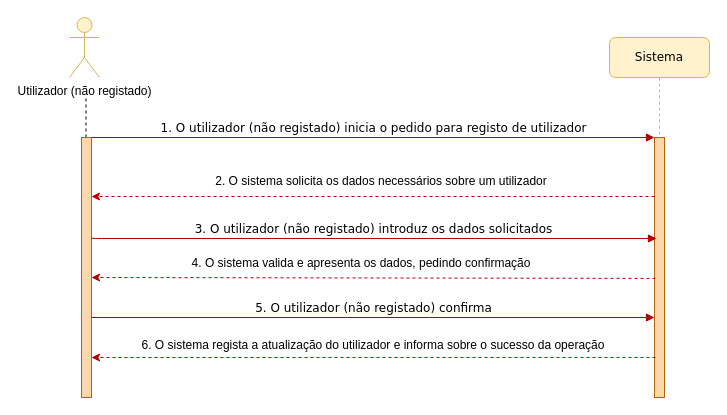
The draw.io diagram User Stories/UC13/UC13.drawio in PauloTor/UPskillDOTNET, before the edit. Source tidied: cells renumbered, new cells numbered last; positions are measured from the earlier drawing's top-left corner, leaving out a move shared by most shapes. Both pictures are drawn from the tidied source at 100%, with x=0, y=0 at pixel (69, 17).
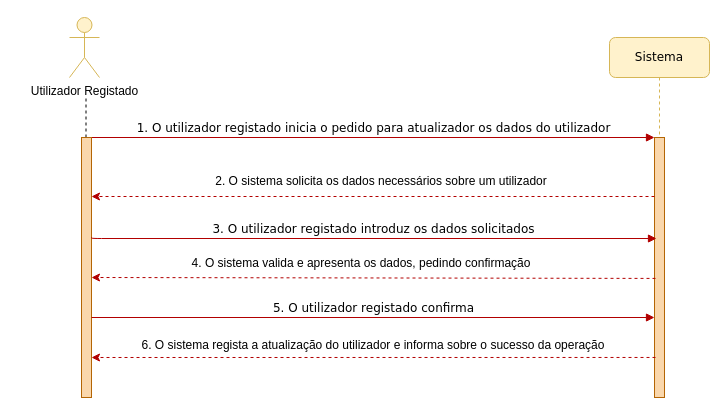
Above is the later version.

Commit message (it also covers changes not shown here):
"Classe Cliente V1"

The change refers to these unchanged cells:
```xml
<mxCell id="3" style="html=1;points=[];perimeter=orthogonalPerimeter;rounded=0;shadow=0;comic=0;labelBackgroundColor=none;strokeWidth=1;fontFamily=Verdana;fontSize=12;align=center;fillColor=#fad7ac;strokeColor=#b46504;" parent="2" vertex="1">
  <mxGeometry x="45" y="100" width="10" height="260" as="geometry" />
</mxCell>
<mxCell id="7" style="html=1;points=[];perimeter=orthogonalPerimeter;rounded=0;shadow=0;comic=0;labelBackgroundColor=none;strokeWidth=1;fontFamily=Verdana;fontSize=12;align=center;fillColor=#fad7ac;strokeColor=#b46504;" parent="1" vertex="1">
  <mxGeometry x="12" y="120" width="10" height="260" as="geometry" />
</mxCell>
```

Diff of the diagram source:
```diff
@@
-    <mxCell id="4" value="1. O utilizador (não registado) inicia o pedido para registo de utilizador" style="html=1;verticalAlign=bottom;endArrow=block;entryX=0;entryY=0;labelBackgroundColor=none;fontFamily=Verdana;fontSize=12;edgeStyle=elbowEdgeStyle;elbow=vertical;exitX=1;exitY=0;exitDx=0;exitDy=0;exitPerimeter=0;fillColor=#e51400;strokeColor=#B20000;" parent="1" edge="1" source="7" target="3">
+    <mxCell id="4" value="1. O utilizador registado inicia o pedido para atualizador os dados do utilizador" style="html=1;verticalAlign=bottom;endArrow=block;entryX=0;entryY=0;labelBackgroundColor=none;fontFamily=Verdana;fontSize=12;edgeStyle=elbowEdgeStyle;elbow=vertical;exitX=1;exitY=0;exitDx=0;exitDy=0;exitPerimeter=0;fillColor=#e51400;strokeColor=#B20000;" parent="1" edge="1" source="7" target="3">
       <mxGeometry relative="1" as="geometry" />
     </mxCell>
-    <mxCell id="5" value="Utilizador (não registado)" style="shape=umlActor;verticalLabelPosition=bottom;verticalAlign=top;html=1;fillColor=#fff2cc;strokeColor=#d6b656;" parent="1" vertex="1">
+    <mxCell id="5" value="Utilizador Registado" style="shape=umlActor;verticalLabelPosition=bottom;verticalAlign=top;html=1;fillColor=#fff2cc;strokeColor=#d6b656;" parent="1" vertex="1">
       <mxGeometry width="30" height="60" as="geometry" />
     </mxCell>
@@
-    <mxCell id="10" value="3. O utilizador (não registado) introduz os dados solicitados" style="html=1;verticalAlign=bottom;endArrow=block;entryX=0.2;entryY=0.392;labelBackgroundColor=none;fontFamily=Verdana;fontSize=12;edgeStyle=elbowEdgeStyle;elbow=vertical;exitX=1;exitY=0;exitDx=0;exitDy=0;exitPerimeter=0;fillColor=#e51400;strokeColor=#B20000;entryDx=0;entryDy=0;entryPerimeter=0;" parent="1" edge="1" target="3">
+    <mxCell id="10" value="3. O utilizador registado introduz os dados solicitados" style="html=1;verticalAlign=bottom;endArrow=block;entryX=0.2;entryY=0.392;labelBackgroundColor=none;fontFamily=Verdana;fontSize=12;edgeStyle=elbowEdgeStyle;elbow=vertical;exitX=1;exitY=0;exitDx=0;exitDy=0;exitPerimeter=0;fillColor=#e51400;strokeColor=#B20000;entryDx=0;entryDy=0;entryPerimeter=0;" parent="1" edge="1" target="3">
       <mxGeometry relative="1" as="geometry">
         <mxPoint x="22" y="220" as="sourcePoint" />
       </mxGeometry>
     </mxCell>
@@
-    <mxCell id="13" value="5. O utilizador (não registado) confirma" style="html=1;verticalAlign=bottom;endArrow=block;labelBackgroundColor=none;fontFamily=Verdana;fontSize=12;edgeStyle=elbowEdgeStyle;elbow=vertical;exitX=1;exitY=0;exitDx=0;exitDy=0;exitPerimeter=0;fillColor=#e51400;strokeColor=#B20000;entryX=0;entryY=0.696;entryDx=0;entryDy=0;entryPerimeter=0;" parent="1" edge="1" target="3">
+    <mxCell id="13" value="5. O utilizador registado confirma" style="html=1;verticalAlign=bottom;endArrow=block;labelBackgroundColor=none;fontFamily=Verdana;fontSize=12;edgeStyle=elbowEdgeStyle;elbow=vertical;exitX=1;exitY=0;exitDx=0;exitDy=0;exitPerimeter=0;fillColor=#e51400;strokeColor=#B20000;entryX=0;entryY=0.696;entryDx=0;entryDy=0;entryPerimeter=0;" parent="1" edge="1" target="3">
       <mxGeometry relative="1" as="geometry">
         <mxPoint x="22" y="300" as="sourcePoint" />
       </mxGeometry>
     </mxCell>
```
